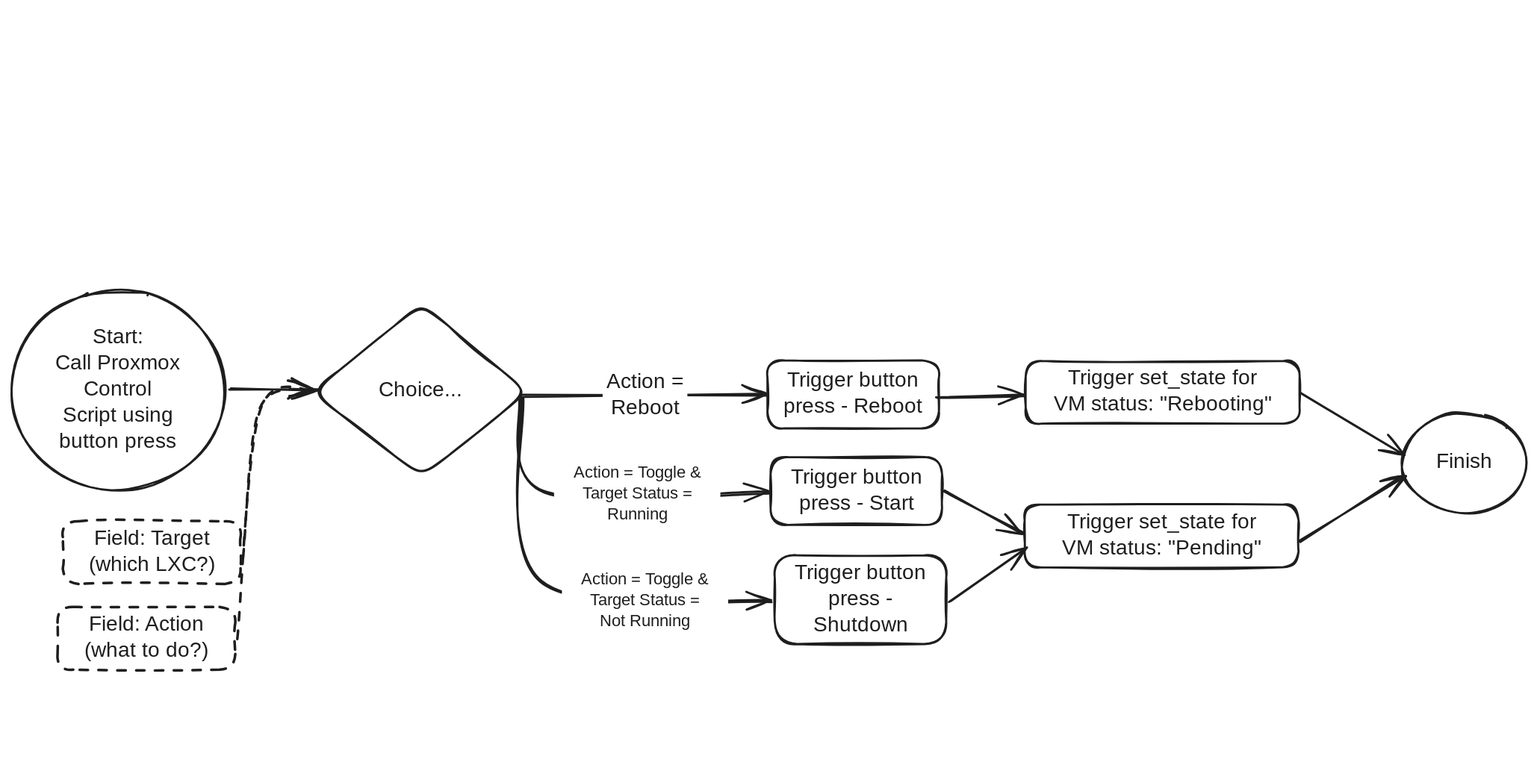
The Excalidraw diagram media/proxmox_control_script.excalidraw.svg in shaftspanner/ha_stuff, before a commit. Source tidied: one line per element, renumbered; positions are measured from the earlier drawing's top-left corner, leaving out a move shared by most shapes.
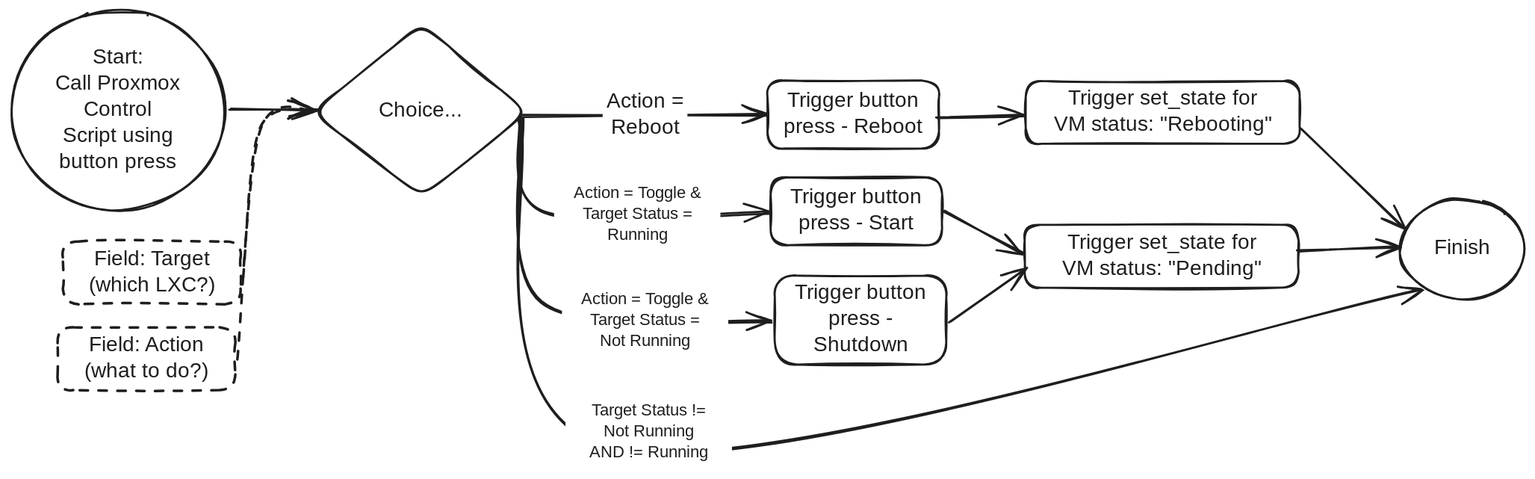
Later version of the same file.

Commit message:
Finish text draft, added script and button examples

The edit, as a diff of the source:
```diff
@@ -1,3 +1,4 @@
+{"id": 37, "type": "arrow", "strokeColor": "#1e1e1e", "backgroundColor": "#ffffff", "fillStyle": "solid", "strokeWidth": 2, "roughness": 1, "endArrowhead": "arrow", "round": true, "from": 0, "to": 22, "x": 486, "y": 104, "width": 865, "height": 316, "points": [[0, 0], [96, 316], [865, 163]]}
 {"id": 0, "type": "diamond", "strokeColor": "#1e1e1e", "strokeWidth": 2, "roughness": 1, "round": true, "x": 289, "y": 13, "width": 206, "height": 166}
 {"id": 1, "type": "text", "text": "Choice...", "strokeColor": "#1e1e1e", "backgroundColor": "#ffffff", "fillStyle": "solid", "strokeWidth": 2, "roughness": 1, "fontSize": 20, "fontFamily": 5, "textAlign": "center", "verticalAlign": "middle", "inside": 0, "x": 353, "y": 84, "width": 78, "height": 25}
 {"id": 2, "type": "rectangle", "strokeColor": "#1e1e1e", "backgroundColor": "#ffffff", "fillStyle": "solid", "strokeWidth": 2, "roughness": 1, "round": true, "x": 724, "y": 67, "width": 164, "height": 65}
@@ -20,13 +21,13 @@
 {"id": 19, "type": "text", "text": "Trigger set_state for\nVM status: \"Rebooting\"", "strokeColor": "#1e1e1e", "backgroundColor": "#ffffff", "fillStyle": "solid", "strokeWidth": 2, "strokeStyle": "dashed", "roughness": 1, "fontSize": 20, "fontFamily": 5, "textAlign": "center", "verticalAlign": "middle", "inside": 18, "x": 988, "y": 72, "width": 228, "height": 50}
 {"id": 20, "type": "rectangle", "strokeColor": "#1e1e1e", "backgroundColor": "#ffffff", "fillStyle": "solid", "strokeWidth": 2, "roughness": 1, "round": true, "x": 970, "y": 205, "width": 262, "height": 60}
 {"id": 21, "type": "text", "text": "Trigger set_state for\nVM status: \"Pending\"", "strokeColor": "#1e1e1e", "backgroundColor": "#ffffff", "fillStyle": "solid", "strokeWidth": 2, "strokeStyle": "dashed", "roughness": 1, "fontSize": 20, "fontFamily": 5, "textAlign": "center", "verticalAlign": "middle", "inside": 20, "x": 992, "y": 210, "width": 218, "height": 50}
-{"id": 22, "type": "ellipse", "strokeColor": "#1e1e1e", "backgroundColor": "#ffffff", "fillStyle": "solid", "strokeWidth": 2, "roughness": 1, "round": true, "x": 1331, "y": 117, "width": 119, "height": 96}
+{"id": 22, "type": "ellipse", "strokeColor": "#1e1e1e", "backgroundColor": "#ffffff", "fillStyle": "solid", "strokeWidth": 2, "roughness": 1, "round": true, "x": 1329, "y": 180, "width": 119, "height": 96}
-{"id": 23, "type": "text", "text": "Finish", "strokeColor": "#1e1e1e", "backgroundColor": "#ffffff", "fillStyle": "solid", "strokeWidth": 2, "roughness": 1, "fontSize": 20, "fontFamily": 5, "textAlign": "center", "verticalAlign": "middle", "inside": 22, "x": 1363, "y": 153, "width": 56, "height": 25}
+{"id": 23, "type": "text", "text": "Finish", "strokeColor": "#1e1e1e", "backgroundColor": "#ffffff", "fillStyle": "solid", "strokeWidth": 2, "roughness": 1, "fontSize": 20, "fontFamily": 5, "textAlign": "center", "verticalAlign": "middle", "inside": 22, "x": 1361, "y": 216, "width": 56, "height": 25}
 {"id": 24, "type": "arrow", "strokeColor": "#1e1e1e", "backgroundColor": "#ffffff", "fillStyle": "solid", "strokeWidth": 2, "roughness": 1, "endArrowhead": "arrow", "round": true, "from": 2, "to": 18, "x": 886, "y": 102, "width": 84, "height": 2, "points": [[0, 0], [84, -2]]}
 {"id": 25, "type": "arrow", "strokeColor": "#1e1e1e", "backgroundColor": "#ffffff", "fillStyle": "solid", "strokeWidth": 2, "roughness": 1, "endArrowhead": "arrow", "round": true, "from": 13, "to": 20, "x": 893, "y": 191, "width": 76, "height": 41, "points": [[0, 0], [76, 41]]}
 {"id": 26, "type": "arrow", "strokeColor": "#1e1e1e", "backgroundColor": "#ffffff", "fillStyle": "solid", "strokeWidth": 2, "roughness": 1, "endArrowhead": "arrow", "round": true, "from": 15, "to": 20, "x": 898, "y": 298, "width": 74, "height": 51, "points": [[0, 0], [74, -51]]}
-{"id": 27, "type": "arrow", "strokeColor": "#1e1e1e", "backgroundColor": "#ffffff", "fillStyle": "solid", "strokeWidth": 2, "roughness": 1, "endArrowhead": "arrow", "round": true, "from": 18, "to": 22, "x": 1235, "y": 99, "width": 97, "height": 58, "points": [[0, 0], [97, 58]]}
+{"id": 27, "type": "arrow", "strokeColor": "#1e1e1e", "backgroundColor": "#ffffff", "fillStyle": "solid", "strokeWidth": 2, "roughness": 1, "endArrowhead": "arrow", "round": true, "from": 18, "to": 22, "x": 1235, "y": 114, "width": 98, "height": 95, "points": [[0, 0], [98, 95]]}
-{"id": 28, "type": "arrow", "strokeColor": "#1e1e1e", "backgroundColor": "#ffffff", "fillStyle": "solid", "strokeWidth": 2, "roughness": 1, "endArrowhead": "arrow", "round": true, "from": 20, "to": 22, "x": 1233, "y": 241, "width": 100, "height": 64, "points": [[0, 0], [100, -64]]}
+{"id": 28, "type": "arrow", "strokeColor": "#1e1e1e", "backgroundColor": "#ffffff", "fillStyle": "solid", "strokeWidth": 2, "roughness": 1, "endArrowhead": "arrow", "round": true, "from": 20, "to": 22, "x": 1231, "y": 231, "width": 97, "height": 5, "points": [[0, 0], [97, -5]]}
 {"id": 29, "type": "ellipse", "strokeColor": "#1e1e1e", "backgroundColor": "#ffffff", "fillStyle": "solid", "strokeWidth": 2, "roughness": 1, "round": true, "x": 0, "y": 0, "width": 205, "height": 191}
 {"id": 30, "type": "text", "text": "Start:\nCall Proxmox\nControl\nScript using\nbutton press", "strokeColor": "#1e1e1e", "backgroundColor": "#ffffff", "fillStyle": "solid", "strokeWidth": 2, "roughness": 1, "fontSize": 20, "fontFamily": 5, "textAlign": "center", "verticalAlign": "middle", "inside": 29, "x": 40, "y": 33, "width": 126, "height": 125}
 {"id": 31, "type": "arrow", "strokeColor": "#1e1e1e", "backgroundColor": "#ffffff", "fillStyle": "solid", "strokeWidth": 2, "roughness": 1, "endArrowhead": "arrow", "round": true, "from": 0, "to": 13, "x": 487, "y": 102, "width": 239, "height": 92, "points": [[0, 0], [24, 91], [239, 92]]}
@@ -35,3 +36,5 @@
 {"id": 34, "type": "text", "text": "Action = Toggle &\nTarget Status =\nRunning", "strokeColor": "#1e1e1e", "backgroundColor": "#ffffff", "fillStyle": "solid", "strokeWidth": 2, "roughness": 1, "fontSize": 16, "fontFamily": 5, "textAlign": "center", "verticalAlign": "middle", "inside": 33, "x": 529, "y": 165, "width": 141, "height": 60}
 {"id": 35, "type": "rectangle", "strokeColor": "#ffffff", "backgroundColor": "#ffffff", "fillStyle": "solid", "strokeWidth": 2, "roughness": 1, "round": true, "x": 528, "y": 262, "width": 157, "height": 70}
 {"id": 36, "type": "text", "text": "Action = Toggle &\nTarget Status =\nNot Running", "strokeColor": "#1e1e1e", "backgroundColor": "#ffffff", "fillStyle": "solid", "strokeWidth": 2, "roughness": 1, "fontSize": 16, "fontFamily": 5, "textAlign": "center", "verticalAlign": "middle", "inside": 35, "x": 537, "y": 267, "width": 141, "height": 60}
+{"id": 38, "type": "rectangle", "strokeColor": "#ffffff", "backgroundColor": "#ffffff", "fillStyle": "solid", "strokeWidth": 2, "roughness": 1, "round": true, "x": 532, "y": 368, "width": 157, "height": 70}
+{"id": 39, "type": "text", "text": "Target Status !=\nNot Running\nAND != Running", "strokeColor": "#1e1e1e", "backgroundColor": "#ffffff", "fillStyle": "solid", "strokeWidth": 2, "roughness": 1, "fontSize": 16, "fontFamily": 5, "textAlign": "center", "verticalAlign": "middle", "inside": 38, "x": 543, "y": 373, "width": 135, "height": 60}
```
